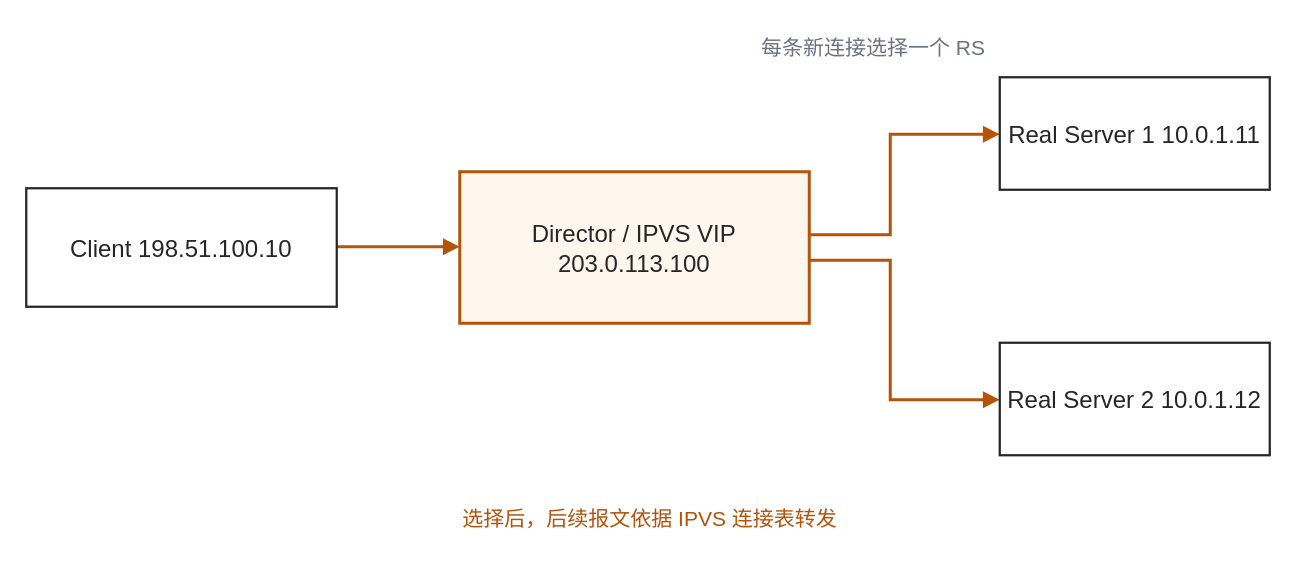
Before: diagrams/lvs-architecture.drawio in cafebeef1/cafebeef1.github.io, a draw.io diagram. Source tidied: cells renumbered, new cells numbered last; positions are measured from the earlier drawing's top-left corner, leaving out a move shared by most shapes. Both pictures are drawn from the tidied source at 150%, with x=0, y=0 at pixel (26, 26).
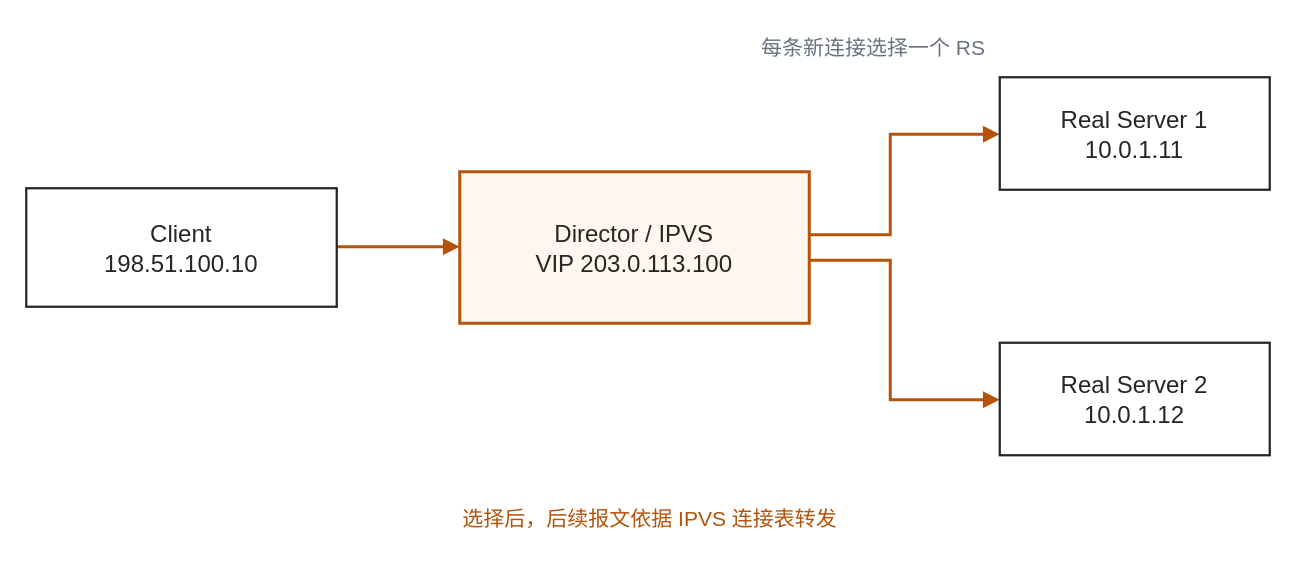
The same diagram, later.

Change to the diagram source:
```diff
@@
 <mxGraphModel>
   <root>
     <mxCell id="0" />
     <mxCell id="1" parent="0" />
     <mxCell id="2" style="edgeStyle=none;html=0;rounded=0;strokeColor=#b45309;strokeWidth=2;endArrow=block;endFill=1;" parent="1" edge="1">
       <mxGeometry relative="1" as="geometry">
         <mxPoint x="207" y="147" as="sourcePoint" />
         <mxPoint x="289" y="147" as="targetPoint" />
       </mxGeometry>
     </mxCell>
     <mxCell id="3" style="edgeStyle=none;html=0;rounded=0;strokeColor=#b45309;strokeWidth=2;endArrow=block;endFill=1;" parent="1" edge="1">
       <mxGeometry relative="1" as="geometry">
         <mxPoint x="522" y="139" as="sourcePoint" />
         <mxPoint x="649" y="72" as="targetPoint" />
         <Array as="points">
           <mxPoint x="576" y="139" />
           <mxPoint x="576" y="72" />
         </Array>
       </mxGeometry>
     </mxCell>
     <mxCell id="4" style="edgeStyle=none;html=0;rounded=0;strokeColor=#b45309;strokeWidth=2;endArrow=block;endFill=1;" parent="1" edge="1">
       <mxGeometry relative="1" as="geometry">
         <mxPoint x="522" y="156" as="sourcePoint" />
         <mxPoint x="649" y="249" as="targetPoint" />
         <Array as="points">
           <mxPoint x="576" y="156" />
           <mxPoint x="576" y="249" />
         </Array>
       </mxGeometry>
     </mxCell>
-    <mxCell id="5" value="Client 198.51.100.10" style="rounded=0;whiteSpace=wrap;html=0;fillColor=#fff;strokeColor=#262626;strokeWidth=1.5;fontSize=16;fontColor=#262626;align=center;verticalAlign=middle;spacing=5;" parent="1" vertex="1">
+    <mxCell id="5" value="Client&#10;198.51.100.10" style="rounded=0;whiteSpace=wrap;html=0;fillColor=#fff;strokeColor=#262626;strokeWidth=1.5;fontSize=16;fontColor=#262626;align=center;verticalAlign=middle;spacing=5;" parent="1" vertex="1">
       <mxGeometry y="108" width="207" height="79" as="geometry" />
     </mxCell>
-    <mxCell id="6" value="Director / IPVS VIP 203.0.113.100" style="rounded=0;whiteSpace=wrap;html=0;fillColor=#fff7ed;strokeColor=#b45309;strokeWidth=2;fontSize=16;fontColor=#262626;align=center;verticalAlign=middle;spacing=5;" parent="1" vertex="1">
+    <mxCell id="6" value="Director / IPVS&#10;VIP 203.0.113.100" style="rounded=0;whiteSpace=wrap;html=0;fillColor=#fff7ed;strokeColor=#b45309;strokeWidth=2;fontSize=16;fontColor=#262626;align=center;verticalAlign=middle;spacing=5;" parent="1" vertex="1">
       <mxGeometry x="289" y="97" width="233" height="101" as="geometry" />
     </mxCell>
-    <mxCell id="7" value="Real Server 1 10.0.1.11" style="rounded=0;whiteSpace=wrap;html=0;fillColor=#fff;strokeColor=#262626;strokeWidth=1.5;fontSize=16;fontColor=#262626;align=center;verticalAlign=middle;spacing=5;" parent="1" vertex="1">
+    <mxCell id="7" value="Real Server 1&#10;10.0.1.11" style="rounded=0;whiteSpace=wrap;html=0;fillColor=#fff;strokeColor=#262626;strokeWidth=1.5;fontSize=16;fontColor=#262626;align=center;verticalAlign=middle;spacing=5;" parent="1" vertex="1">
       <mxGeometry x="649" y="34" width="180" height="75" as="geometry" />
     </mxCell>
-    <mxCell id="8" value="Real Server 2 10.0.1.12" style="rounded=0;whiteSpace=wrap;html=0;fillColor=#fff;strokeColor=#262626;strokeWidth=1.5;fontSize=16;fontColor=#262626;align=center;verticalAlign=middle;spacing=5;" parent="1" vertex="1">
+    <mxCell id="8" value="Real Server 2&#10;10.0.1.12" style="rounded=0;whiteSpace=wrap;html=0;fillColor=#fff;strokeColor=#262626;strokeWidth=1.5;fontSize=16;fontColor=#262626;align=center;verticalAlign=middle;spacing=5;" parent="1" vertex="1">
       <mxGeometry x="649" y="211" width="180" height="75" as="geometry" />
     </mxCell>
     <mxCell id="9" value="每条新连接选择一个 RS" style="text;html=0;strokeColor=none;fillColor=none;align=center;verticalAlign=middle;fontColor=#6b7280;fontSize=14;" parent="1" vertex="1">
       <mxGeometry x="335" width="460" height="27" as="geometry" />
     </mxCell>
     <mxCell id="10" value="选择后，后续报文依据 IPVS 连接表转发" style="text;html=0;strokeColor=none;fillColor=none;align=center;verticalAlign=middle;fontColor=#b45309;fontSize=14;" parent="1" vertex="1">
       <mxGeometry x="186" y="314" width="460" height="27" as="geometry" />
     </mxCell>
   </root>
 </mxGraphModel>
```
